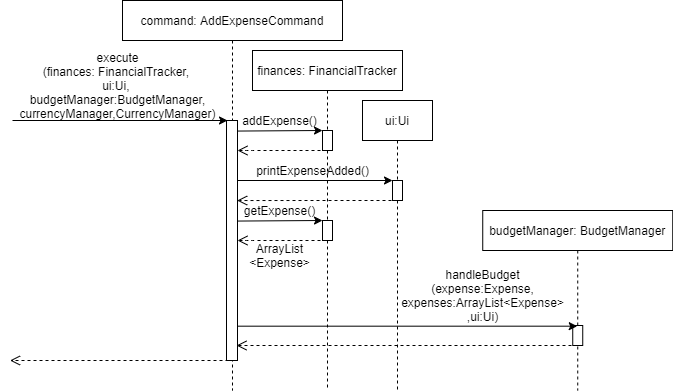
Before: docs/AddExpenseCommandSD.drawio.png, a diagram exported from draw.io (nus-cs2113-AY2122S1/tp). Source tidied: cells renumbered, new cells last; positions are measured from the earlier drawing's top-left corner, leaving out a move shared by most shapes.
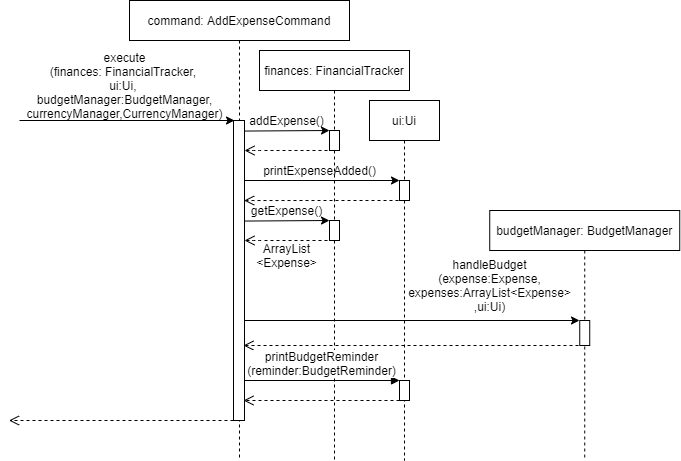
Later version of the same file.

What changed in the source:
```diff
@@ -3,17 +3,11 @@
     <mxCell id="0" />
     <mxCell id="1" parent="0" />
     <mxCell id="2" value="command: AddExpenseCommand" style="shape=umlLifeline;perimeter=lifelinePerimeter;rounded=0;shadow=0;strokeWidth=1;" parent="1" vertex="1">
-      <mxGeometry x="112" width="220" height="390" as="geometry" />
+      <mxGeometry x="112" width="220" height="460" as="geometry" />
     </mxCell>
     <mxCell id="3" style="rounded=0;whiteSpace=wrap;html=1;fontSize=8;" parent="2" vertex="1">
-      <mxGeometry x="104" y="120" width="11" height="240" as="geometry" />
+      <mxGeometry x="104" y="120" width="11" height="300" as="geometry" />
     </mxCell>
-    <mxCell id="4" style="verticalAlign=bottom;endArrow=open;dashed=1;endSize=8;shadow=0;strokeWidth=1;" parent="2" edge="1">
-      <mxGeometry relative="1" as="geometry">
-        <mxPoint x="112" y="360" as="sourcePoint" />
-        <mxPoint x="-112.5" y="360" as="targetPoint" />
-      </mxGeometry>
-    </mxCell>
     <mxCell id="5" style="verticalAlign=bottom;endArrow=open;dashed=1;endSize=8;shadow=0;strokeWidth=1;" parent="2" edge="1">
       <mxGeometry x="363" y="210" as="geometry">
         <mxPoint x="455" y="345" as="sourcePoint" />
@@ -24,7 +18,7 @@
       </mxGeometry>
     </mxCell>
     <mxCell id="6" value="finances: FinancialTracker" style="shape=umlLifeline;perimeter=lifelinePerimeter;rounded=0;shadow=0;strokeWidth=1;" parent="1" vertex="1">
-      <mxGeometry x="242" y="50" width="150" height="340" as="geometry" />
+      <mxGeometry x="242" y="50" width="150" height="410" as="geometry" />
     </mxCell>
     <mxCell id="7" style="rounded=0;whiteSpace=wrap;html=1;fontSize=8;" parent="6" vertex="1">
       <mxGeometry x="70" y="80" width="10" height="20" as="geometry" />
@@ -77,16 +71,28 @@
     <mxCell id="16" value="&lt;font style=&quot;font-size: 12px&quot;&gt;printExpenseAdded()&lt;/font&gt;" style="text;html=1;align=center;verticalAlign=middle;strokeColor=none;fillColor=none;fontSize=8;" parent="6" vertex="1">
       <mxGeometry x="-5" y="110" width="130" height="20" as="geometry" />
     </mxCell>
+    <mxCell id="27" value="printBudgetReminder&lt;br&gt;(reminder:BudgetReminder)" style="html=1;verticalAlign=bottom;endArrow=block;rounded=0;fontSize=12;" parent="6" edge="1">
+      <mxGeometry relative="1" as="geometry">
+        <mxPoint x="-15" y="330" as="sourcePoint" />
+        <mxPoint x="140" y="330" as="targetPoint" />
+      </mxGeometry>
+    </mxCell>
+    <mxCell id="28" style="html=1;verticalAlign=bottom;endArrow=open;dashed=1;endSize=8;rounded=0;fontSize=12;" parent="6" edge="1">
+      <mxGeometry x="0.31" y="40" relative="1" as="geometry">
+        <mxPoint x="146" y="350" as="sourcePoint" />
+        <mxPoint x="-16" y="350" as="targetPoint" />
+      </mxGeometry>
+    </mxCell>
     <mxCell id="17" style="endArrow=classic;html=1;rounded=0;fontSize=8;entryX=0;entryY=0;entryDx=0;entryDy=0;exitX=0.96;exitY=0.088;exitDx=0;exitDy=0;exitPerimeter=0;" parent="1" edge="1" target="7">
       <mxGeometry relative="1" as="geometry">
         <mxPoint x="226.6" y="130.6" as="sourcePoint" />
       </mxGeometry>
     </mxCell>
     <mxCell id="18" value="ui:Ui" style="shape=umlLifeline;perimeter=lifelinePerimeter;rounded=0;shadow=0;strokeWidth=1;" parent="1" vertex="1">
-      <mxGeometry x="352" y="100" width="70" height="290" as="geometry" />
+      <mxGeometry x="352" y="100" width="70" height="360" as="geometry" />
     </mxCell>
     <mxCell id="19" value="budgetManager: BudgetManager" style="shape=umlLifeline;perimeter=lifelinePerimeter;rounded=0;shadow=0;strokeWidth=1;" parent="1" vertex="1">
-      <mxGeometry x="472.2" y="210" width="190" height="180" as="geometry" />
+      <mxGeometry x="472.2" y="210" width="190" height="250" as="geometry" />
     </mxCell>
     <mxCell id="20" style="endArrow=classic;html=1;rounded=0;fontSize=8;entryX=0;entryY=0;entryDx=0;entryDy=0;exitX=1;exitY=0.5;exitDx=0;exitDy=0;" parent="1" edge="1" target="24">
       <mxGeometry relative="1" as="geometry">
@@ -97,7 +103,7 @@
       <mxGeometry x="2" y="55" width="210" height="60" as="geometry" />
     </mxCell>
     <mxCell id="22" value="&lt;font style=&quot;font-size: 12px&quot;&gt;handleBudget&lt;br&gt;(expense:Expense,&lt;br&gt;expenses:ArrayList&amp;lt;Expense&amp;gt;&lt;br&gt;,ui:Ui)&lt;/font&gt;" style="text;html=1;align=center;verticalAlign=middle;strokeColor=none;fillColor=none;fontSize=8;" parent="1" vertex="1">
-      <mxGeometry x="382" y="270" width="180" height="50" as="geometry" />
+      <mxGeometry x="382.2" y="260" width="180" height="50" as="geometry" />
     </mxCell>
     <mxCell id="23" style="endArrow=classic;html=1;rounded=0;entryX=0;entryY=0;entryDx=0;entryDy=0;" parent="1" edge="1">
       <mxGeometry x="120" y="50" as="geometry">
@@ -109,10 +115,22 @@
       <mxGeometry x="382" y="180" width="10" height="20" as="geometry" />
     </mxCell>
     <mxCell id="25" style="rounded=0;whiteSpace=wrap;html=1;fontSize=8;" parent="1" vertex="1">
-      <mxGeometry x="562.2" y="325" width="10" height="20" as="geometry" />
+      <mxGeometry x="562.2" y="320" width="10" height="25" as="geometry" />
     </mxCell>
-    <mxCell id="26" style="endArrow=classic;html=1;rounded=0;fontSize=8;exitX=1.064;exitY=0.857;exitDx=0;exitDy=0;exitPerimeter=0;" parent="1" edge="1" source="3" target="19">
-      <mxGeometry x="660.2" y="330" as="geometry" />
+    <mxCell id="26" style="endArrow=classic;html=1;rounded=0;fontSize=8;" parent="1" edge="1">
+      <mxGeometry x="660.2" y="330" as="geometry">
+        <mxPoint x="227" y="320" as="sourcePoint" />
+        <mxPoint x="562" y="320" as="targetPoint" />
+      </mxGeometry>
     </mxCell>
+    <mxCell id="29" style="rounded=0;whiteSpace=wrap;html=1;fontSize=8;" parent="1" vertex="1">
+      <mxGeometry x="382" y="380" width="10" height="20" as="geometry" />
+    </mxCell>
+    <mxCell id="4" style="verticalAlign=bottom;endArrow=open;dashed=1;endSize=8;shadow=0;strokeWidth=1;" parent="1" edge="1">
+      <mxGeometry relative="1" as="geometry">
+        <mxPoint x="216" y="420" as="sourcePoint" />
+        <mxPoint x="-8.5" y="420" as="targetPoint" />
+      </mxGeometry>
+    </mxCell>
   </root>
 </mxGraphModel>
```
